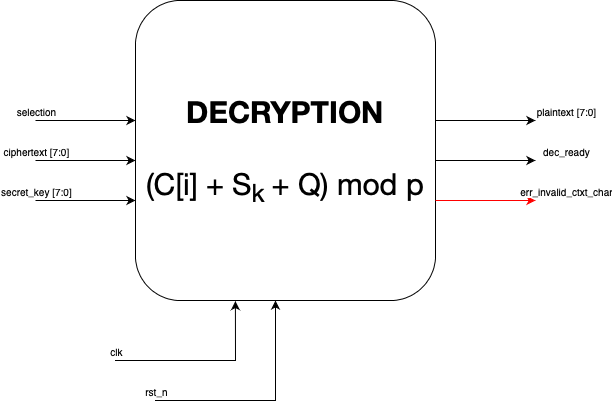
Above: doc/dec.png in GPericone/HW_project (draw.io), before the change. Source tidied: cells renumbered, new cells last; positions are measured from the earlier drawing's top-left corner, leaving out a move shared by most shapes. Source of this version:
```xml
<mxGraphModel>
  <root>
    <mxCell id="0" />
    <mxCell id="1" parent="0" />
    <mxCell id="2" style="rounded=0;whiteSpace=wrap;html=1;" parent="1" vertex="1">
      <mxGeometry x="190" y="240" width="120" height="60" as="geometry" />
    </mxCell>
    <mxCell id="3" value="&lt;font face=&quot;Helvetica Neue&quot; style=&quot;font-size: 30px;&quot;&gt;&lt;b&gt;DECRYPTION&lt;/b&gt;&lt;br&gt;&lt;br&gt;(C[i] + S&lt;sub&gt;k &lt;/sub&gt;+ Q) mod p&lt;br&gt;&lt;/font&gt;" style="whiteSpace=wrap;html=1;rounded=1;strokeWidth=1;" parent="1" vertex="1">
      <mxGeometry x="100" width="300" height="300" as="geometry" />
    </mxCell>
    <mxCell id="4" style="endArrow=classic;html=1;rounded=0;fontSize=40;entryX=0.333;entryY=1.002;entryDx=0;entryDy=0;entryPerimeter=0;" parent="1" edge="1" target="3">
      <mxGeometry relative="1" as="geometry">
        <mxPoint x="80" y="360" as="sourcePoint" />
        <Array as="points">
          <mxPoint x="140" y="360" />
          <mxPoint x="200" y="360" />
        </Array>
      </mxGeometry>
    </mxCell>
    <mxCell id="5" value="clk" style="edgeLabel;html=1;align=center;verticalAlign=middle;rounded=1;strokeWidth=1;fontSize=10;" parent="4" vertex="1">
      <mxGeometry relative="1" as="geometry">
        <mxPoint x="-90" y="-10" as="offset" />
      </mxGeometry>
    </mxCell>
    <mxCell id="6" style="endArrow=classic;html=1;rounded=0;fontSize=40;" parent="1" edge="1">
      <mxGeometry relative="1" as="geometry">
        <mxPoint y="160" as="sourcePoint" />
        <mxPoint x="100" y="160" as="targetPoint" />
      </mxGeometry>
    </mxCell>
    <mxCell id="7" value="ciphertext [7:0]" style="edgeLabel;html=1;align=center;verticalAlign=middle;rounded=1;strokeWidth=1;fontSize=10;" parent="6" vertex="1">
      <mxGeometry relative="1" as="geometry">
        <mxPoint x="-50" y="-10" as="offset" />
      </mxGeometry>
    </mxCell>
    <mxCell id="8" style="endArrow=classic;html=1;rounded=0;fontSize=40;" parent="1" edge="1">
      <mxGeometry relative="1" as="geometry">
        <mxPoint y="120" as="sourcePoint" />
        <mxPoint x="100" y="120" as="targetPoint" />
      </mxGeometry>
    </mxCell>
    <mxCell id="9" value="selection" style="edgeLabel;html=1;align=center;verticalAlign=middle;rounded=1;strokeWidth=1;fontSize=10;" parent="8" vertex="1">
      <mxGeometry relative="1" as="geometry">
        <mxPoint x="-50" y="-10" as="offset" />
      </mxGeometry>
    </mxCell>
    <mxCell id="10" style="endArrow=classic;html=1;rounded=0;fontSize=40;" parent="1" edge="1">
      <mxGeometry relative="1" as="geometry">
        <mxPoint x="120" y="400" as="sourcePoint" />
        <mxPoint x="240" y="300" as="targetPoint" />
        <Array as="points">
          <mxPoint x="240" y="400" />
        </Array>
      </mxGeometry>
    </mxCell>
    <mxCell id="11" value="rst_n" style="edgeLabel;html=1;align=center;verticalAlign=middle;rounded=1;strokeWidth=1;fontSize=10;" parent="10" vertex="1">
      <mxGeometry relative="1" as="geometry">
        <mxPoint x="-110" y="-10" as="offset" />
      </mxGeometry>
    </mxCell>
    <mxCell id="12" style="endArrow=classic;html=1;rounded=0;fontSize=40;" parent="1" edge="1">
      <mxGeometry relative="1" as="geometry">
        <mxPoint x="400" y="160" as="sourcePoint" />
        <mxPoint x="500" y="160" as="targetPoint" />
      </mxGeometry>
    </mxCell>
    <mxCell id="13" value="dec_ready" style="edgeLabel;html=1;align=center;verticalAlign=middle;rounded=1;strokeWidth=1;fontSize=10;" parent="12" vertex="1">
      <mxGeometry relative="1" as="geometry">
        <mxPoint x="80" y="-10" as="offset" />
      </mxGeometry>
    </mxCell>
    <mxCell id="14" style="endArrow=classic;html=1;rounded=0;fontSize=40;" parent="1" edge="1">
      <mxGeometry relative="1" as="geometry">
        <mxPoint x="400" y="120" as="sourcePoint" />
        <mxPoint x="500" y="120" as="targetPoint" />
      </mxGeometry>
    </mxCell>
    <mxCell id="15" value="plaintext [7:0]" style="edgeLabel;html=1;align=center;verticalAlign=middle;rounded=1;strokeWidth=1;fontSize=10;" parent="14" vertex="1">
      <mxGeometry relative="1" as="geometry">
        <mxPoint x="80" y="-10" as="offset" />
      </mxGeometry>
    </mxCell>
    <mxCell id="16" style="endArrow=classic;html=1;rounded=0;fontSize=40;" parent="1" edge="1">
      <mxGeometry relative="1" as="geometry">
        <mxPoint y="200" as="sourcePoint" />
        <mxPoint x="100" y="200" as="targetPoint" />
      </mxGeometry>
    </mxCell>
    <mxCell id="17" value="secret_key [7:0]" style="edgeLabel;html=1;align=center;verticalAlign=middle;rounded=1;strokeWidth=1;fontSize=10;" parent="16" vertex="1">
      <mxGeometry relative="1" as="geometry">
        <mxPoint x="-50" y="-10" as="offset" />
      </mxGeometry>
    </mxCell>
    <mxCell id="18" style="endArrow=classic;html=1;rounded=0;fontSize=40;strokeColor=#FF0000;" parent="1" edge="1">
      <mxGeometry relative="1" as="geometry">
        <mxPoint x="400" y="200" as="sourcePoint" />
        <mxPoint x="500" y="200" as="targetPoint" />
      </mxGeometry>
    </mxCell>
    <mxCell id="19" value="err_invalid_ctxt_char" style="edgeLabel;html=1;align=center;verticalAlign=middle;rounded=1;strokeWidth=1;fontSize=10;" parent="18" vertex="1">
      <mxGeometry relative="1" as="geometry">
        <mxPoint x="80" y="-10" as="offset" />
      </mxGeometry>
    </mxCell>
  </root>
</mxGraphModel>
```
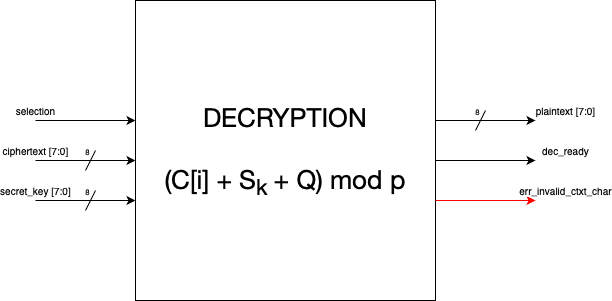
After the change.

What changed in the source:
```diff
@@ -5,23 +5,9 @@
     <mxCell id="2" style="rounded=0;whiteSpace=wrap;html=1;" parent="1" vertex="1">
       <mxGeometry x="190" y="240" width="120" height="60" as="geometry" />
     </mxCell>
-    <mxCell id="3" value="&lt;font face=&quot;Helvetica Neue&quot; style=&quot;font-size: 30px;&quot;&gt;&lt;b&gt;DECRYPTION&lt;/b&gt;&lt;br&gt;&lt;br&gt;(C[i] + S&lt;sub&gt;k &lt;/sub&gt;+ Q) mod p&lt;br&gt;&lt;/font&gt;" style="whiteSpace=wrap;html=1;rounded=1;strokeWidth=1;" parent="1" vertex="1">
+    <mxCell id="3" value="&lt;font face=&quot;Helvetica Neue&quot; style=&quot;font-size: 26px;&quot;&gt;DECRYPTION&lt;br&gt;&lt;br&gt;(C[i] + S&lt;sub&gt;k &lt;/sub&gt;+ Q) mod p&lt;br&gt;&lt;/font&gt;" style="whiteSpace=wrap;html=1;rounded=0;strokeWidth=1;" parent="1" vertex="1">
       <mxGeometry x="100" width="300" height="300" as="geometry" />
     </mxCell>
-    <mxCell id="4" style="endArrow=classic;html=1;rounded=0;fontSize=40;entryX=0.333;entryY=1.002;entryDx=0;entryDy=0;entryPerimeter=0;" parent="1" edge="1" target="3">
-      <mxGeometry relative="1" as="geometry">
-        <mxPoint x="80" y="360" as="sourcePoint" />
-        <Array as="points">
-          <mxPoint x="140" y="360" />
-          <mxPoint x="200" y="360" />
-        </Array>
-      </mxGeometry>
-    </mxCell>
-    <mxCell id="5" value="clk" style="edgeLabel;html=1;align=center;verticalAlign=middle;rounded=1;strokeWidth=1;fontSize=10;" parent="4" vertex="1">
-      <mxGeometry relative="1" as="geometry">
-        <mxPoint x="-90" y="-10" as="offset" />
-      </mxGeometry>
-    </mxCell>
     <mxCell id="6" style="endArrow=classic;html=1;rounded=0;fontSize=40;" parent="1" edge="1">
       <mxGeometry relative="1" as="geometry">
         <mxPoint y="160" as="sourcePoint" />
@@ -44,20 +30,6 @@
         <mxPoint x="-50" y="-10" as="offset" />
       </mxGeometry>
     </mxCell>
-    <mxCell id="10" style="endArrow=classic;html=1;rounded=0;fontSize=40;" parent="1" edge="1">
-      <mxGeometry relative="1" as="geometry">
-        <mxPoint x="120" y="400" as="sourcePoint" />
-        <mxPoint x="240" y="300" as="targetPoint" />
-        <Array as="points">
-          <mxPoint x="240" y="400" />
-        </Array>
-      </mxGeometry>
-    </mxCell>
-    <mxCell id="11" value="rst_n" style="edgeLabel;html=1;align=center;verticalAlign=middle;rounded=1;strokeWidth=1;fontSize=10;" parent="10" vertex="1">
-      <mxGeometry relative="1" as="geometry">
-        <mxPoint x="-110" y="-10" as="offset" />
-      </mxGeometry>
-    </mxCell>
     <mxCell id="12" style="endArrow=classic;html=1;rounded=0;fontSize=40;" parent="1" edge="1">
       <mxGeometry relative="1" as="geometry">
         <mxPoint x="400" y="160" as="sourcePoint" />
@@ -102,5 +74,41 @@
         <mxPoint x="80" y="-10" as="offset" />
       </mxGeometry>
     </mxCell>
+    <mxCell id="20" style="endArrow=none;html=1;rounded=0;fontSize=26;" parent="1" edge="1">
+      <mxGeometry x="1" y="20" relative="1" as="geometry">
+        <mxPoint x="50" y="210" as="sourcePoint" />
+        <mxPoint x="60" y="190" as="targetPoint" />
+        <mxPoint x="18" y="-11" as="offset" />
+      </mxGeometry>
+    </mxCell>
+    <mxCell id="21" value="&lt;font style=&quot;font-size: 8px;&quot;&gt;8&lt;/font&gt;" style="edgeLabel;html=1;align=center;verticalAlign=middle;fontSize=26;labelBackgroundColor=none;" parent="20" vertex="1">
+      <mxGeometry x="-0.42" y="1" relative="1" as="geometry">
+        <mxPoint y="-18" as="offset" />
+      </mxGeometry>
+    </mxCell>
+    <mxCell id="22" style="endArrow=none;html=1;rounded=0;fontSize=26;" parent="1" edge="1">
+      <mxGeometry x="1" y="20" relative="1" as="geometry">
+        <mxPoint x="50" y="170" as="sourcePoint" />
+        <mxPoint x="60" y="150" as="targetPoint" />
+        <mxPoint x="18" y="-11" as="offset" />
+      </mxGeometry>
+    </mxCell>
+    <mxCell id="23" value="&lt;font style=&quot;font-size: 8px;&quot;&gt;8&lt;/font&gt;" style="edgeLabel;html=1;align=center;verticalAlign=middle;fontSize=26;labelBackgroundColor=none;" parent="22" vertex="1">
+      <mxGeometry x="-0.42" y="1" relative="1" as="geometry">
+        <mxPoint y="-18" as="offset" />
+      </mxGeometry>
+    </mxCell>
+    <mxCell id="24" style="endArrow=none;html=1;rounded=0;fontSize=26;" parent="1" edge="1">
+      <mxGeometry x="1" y="20" relative="1" as="geometry">
+        <mxPoint x="440" y="130" as="sourcePoint" />
+        <mxPoint x="450" y="110" as="targetPoint" />
+        <mxPoint x="18" y="-11" as="offset" />
+      </mxGeometry>
+    </mxCell>
+    <mxCell id="25" value="&lt;font style=&quot;font-size: 8px;&quot;&gt;8&lt;/font&gt;" style="edgeLabel;html=1;align=center;verticalAlign=middle;fontSize=26;labelBackgroundColor=none;" parent="24" vertex="1">
+      <mxGeometry x="-0.42" y="1" relative="1" as="geometry">
+        <mxPoint y="-18" as="offset" />
+      </mxGeometry>
+    </mxCell>
   </root>
 </mxGraphModel>
```
